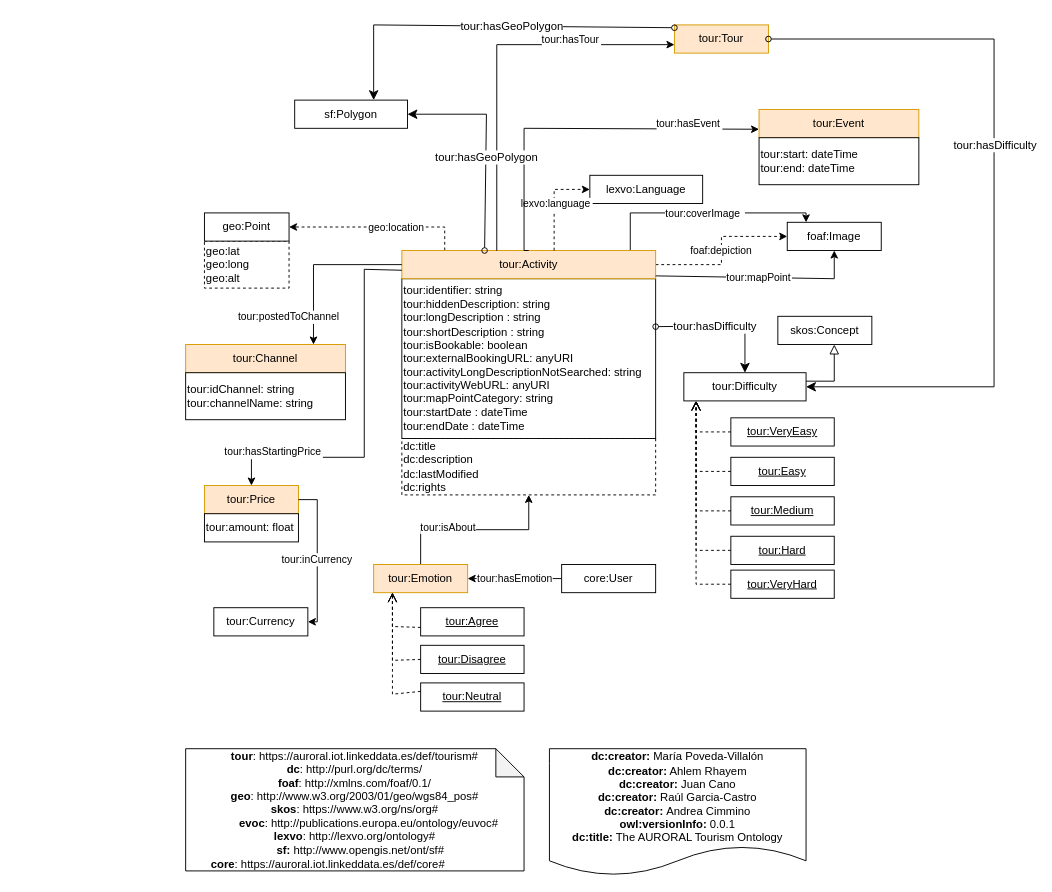
The draw.io diagram diagrams/tourism.drawio in oeg-upm/auroral-tourism-ontology, before the edit. Source tidied: cells renumbered, new cells numbered last; positions are measured from the earlier drawing's top-left corner, leaving out a move shared by most shapes. Both pictures are drawn from the tidied source at 94%, with x=0, y=0 at pixel (185, 24).
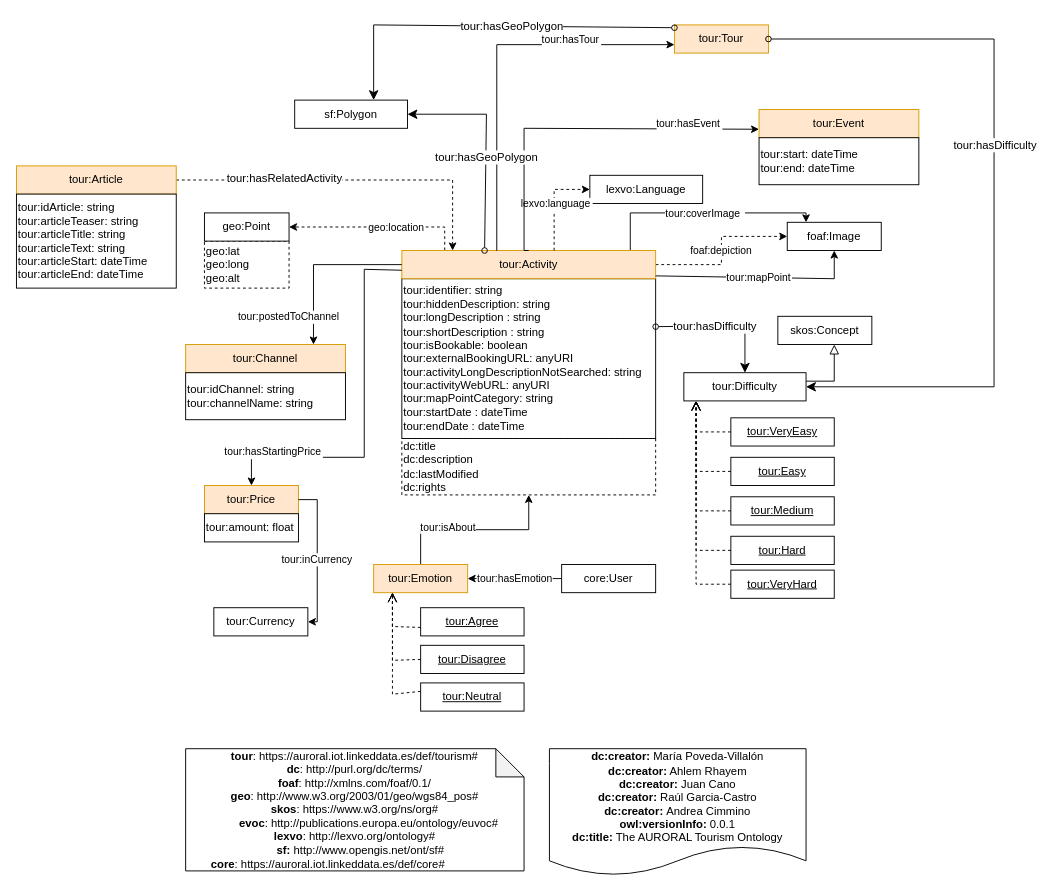
After the change.

The change refers to these unchanged cells:
```xml
<mxCell id="15" value="tour:Activity" style="rounded=0;whiteSpace=wrap;html=1;snapToPoint=1;points=[[0.1,0],[0.2,0],[0.3,0],[0.4,0],[0.5,0],[0.6,0],[0.7,0],[0.8,0],[0.9,0],[0,0.1],[0,0.3],[0,0.5],[0,0.7],[0,0.9],[0.1,1],[0.2,1],[0.3,1],[0.4,1],[0.5,1],[0.6,1],[0.7,1],[0.8,1],[0.9,1],[1,0.1],[1,0.3],[1,0.5],[1,0.7],[1,0.9]];fillColor=#ffe6cc;strokeColor=#d79b00;shadow=0;" parent="1" vertex="1">
  <mxGeometry x="230" y="240" width="270" height="30" as="geometry" />
</mxCell>
```

What changed in the source:
```diff
@@
+    <mxCell id="62" style="edgeStyle=orthogonalEdgeStyle;rounded=0;jettySize=auto;html=1;exitX=1;exitY=0.5;exitDx=0;exitDy=0;entryX=0.2;entryY=0;entryDx=0;entryDy=0;dashed=1;" parent="1" edge="1" source="63" target="15">
+      <mxGeometry relative="1" as="geometry" />
+    </mxCell>
+    <mxCell id="63" value="tour:Article" style="rounded=0;whiteSpace=wrap;html=1;snapToPoint=1;points=[[0.1,0],[0.2,0],[0.3,0],[0.4,0],[0.5,0],[0.6,0],[0.7,0],[0.8,0],[0.9,0],[0,0.1],[0,0.3],[0,0.5],[0,0.7],[0,0.9],[0.1,1],[0.2,1],[0.3,1],[0.4,1],[0.5,1],[0.6,1],[0.7,1],[0.8,1],[0.9,1],[1,0.1],[1,0.3],[1,0.5],[1,0.7],[1,0.9]];fillColor=#ffe6cc;strokeColor=#d79b00;shadow=0;" parent="1" vertex="1">
+      <mxGeometry x="-180" y="150" width="170" height="30" as="geometry" />
+    </mxCell>
+    <mxCell id="64" value="tour:idArticle: string&lt;br&gt;tour:articleTeaser: string&lt;div&gt;tour:a&lt;span style=&quot;background-color: initial;&quot;&gt;rticle&lt;/span&gt;&lt;span style=&quot;background-color: initial;&quot;&gt;Title: string&lt;/span&gt;&lt;/div&gt;&lt;div&gt;tour:&lt;span style=&quot;background-color: initial;&quot;&gt;article&lt;/span&gt;&lt;span style=&quot;background-color: initial;&quot;&gt;Text: string&lt;/span&gt;&lt;/div&gt;&lt;div&gt;tour:&lt;span style=&quot;background-color: initial;&quot;&gt;articleS&lt;/span&gt;&lt;span style=&quot;background-color: initial;&quot;&gt;tart: dateTime&lt;/span&gt;&lt;/div&gt;&lt;div&gt;tour:&lt;span style=&quot;background-color: initial;&quot;&gt;article&lt;/span&gt;&lt;span style=&quot;background-color: initial;&quot;&gt;End: dateTime&lt;/span&gt;&lt;/div&gt;" style="rounded=0;whiteSpace=wrap;html=1;align=left;" parent="1" vertex="1">
+      <mxGeometry x="-180" y="180" width="170" height="100" as="geometry" />
+    </mxCell>
+    <mxCell id="65" value="&lt;div&gt;tour:hasRelatedActivity&lt;/div&gt;" style="text;html=1;align=center;verticalAlign=middle;labelBackgroundColor=#ffffff;" parent="1" vertex="1">
+      <mxGeometry x="100" y="160" as="geometry">
+        <mxPoint x="4" y="3" as="offset" />
+      </mxGeometry>
+    </mxCell>
```
